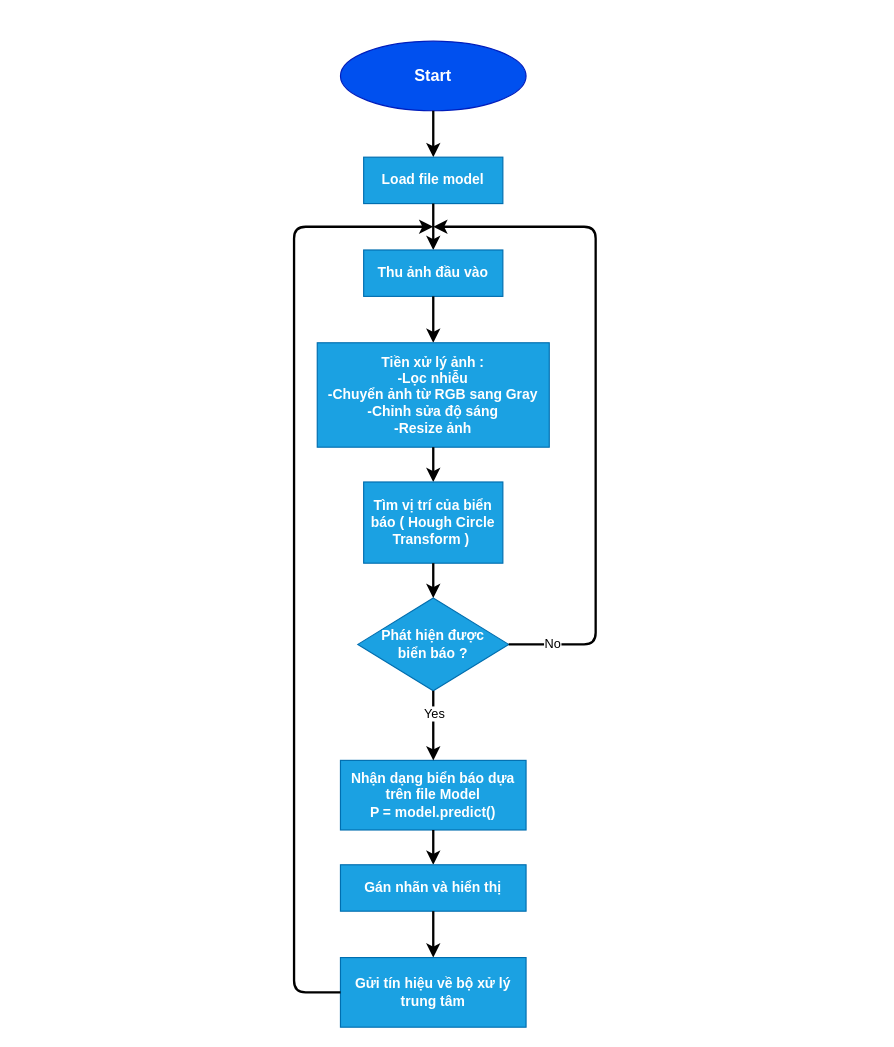
truongvanthinh/AutonomousCar keeps this draw.io diagram as page "Page-2" (2 of 2) of Untitled Diagram.drawio. Above is the earlier version. Source tidied: cells renumbered, new cells numbered last; positions are measured from the earlier drawing's top-left corner, leaving out a move shared by most shapes. Both pictures are drawn from the tidied source at 116%, with x=0, y=0 at pixel (293, 41).
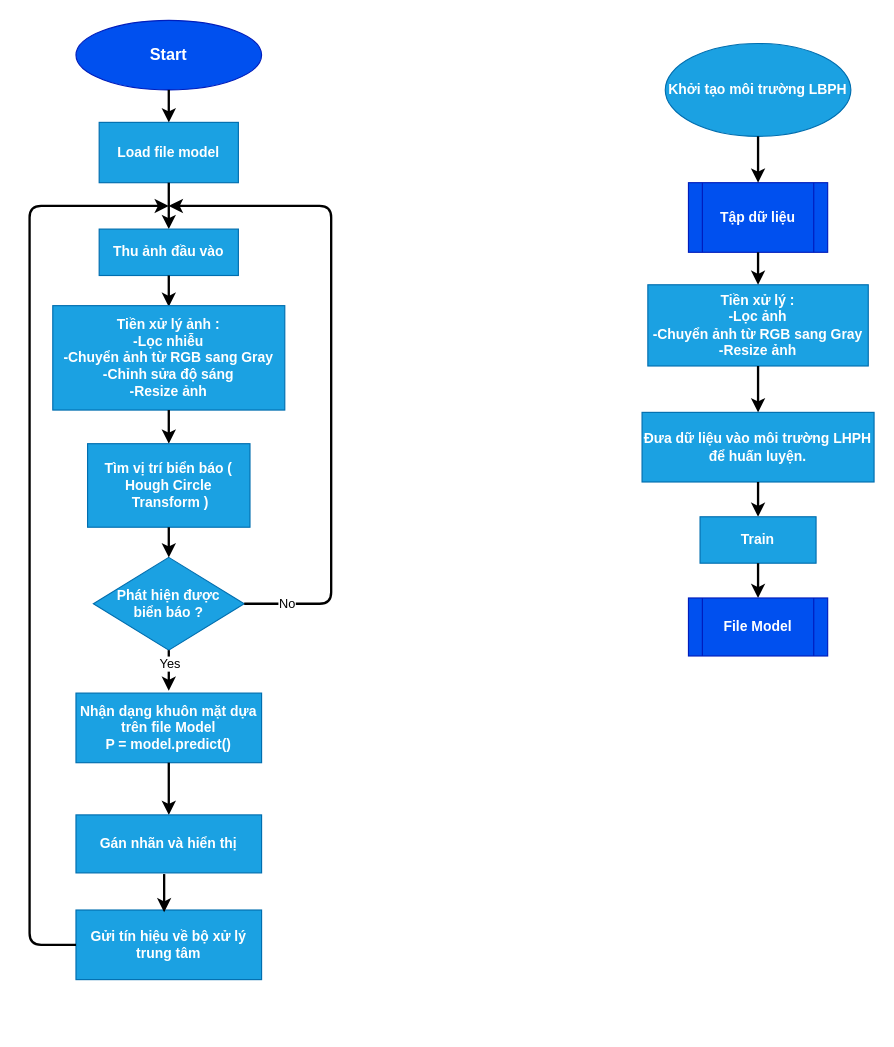
The same diagram, later.

Change to the diagram source:
```diff
@@
     <mxCell id="2" value="&lt;b style=&quot;font-size: 14px&quot;&gt;Start&lt;/b&gt;" style="ellipse;whiteSpace=wrap;html=1;fillColor=#0050ef;strokeColor=#001DBC;fontColor=#ffffff;" parent="1" vertex="1">
-      <mxGeometry x="40" width="160" height="60" as="geometry" />
+      <mxGeometry x="-188" y="-18" width="160" height="60" as="geometry" />
     </mxCell>
-    <mxCell id="3" style="endArrow=classic;html=1;exitX=0.5;exitY=1;exitDx=0;exitDy=0;strokeWidth=2;" parent="1" edge="1" source="2">
-      <mxGeometry relative="1" as="geometry">
-        <mxPoint x="120" y="100" as="targetPoint" />
-      </mxGeometry>
+    <mxCell id="3" style="endArrow=classic;html=1;exitX=0.5;exitY=1;exitDx=0;exitDy=0;strokeWidth=2;entryX=0.5;entryY=0;entryDx=0;entryDy=0;" parent="1" edge="1" source="2" target="4">
+      <mxGeometry relative="1" as="geometry" />
     </mxCell>
     <mxCell id="4" value="&lt;b&gt;&lt;font style=&quot;font-size: 12px&quot;&gt;Load file model&lt;/font&gt;&lt;/b&gt;" style="rounded=0;whiteSpace=wrap;html=1;fillColor=#1ba1e2;strokeColor=#006EAF;fontColor=#ffffff;" parent="1" vertex="1">
-      <mxGeometry x="60" y="100" width="120" height="40" as="geometry" />
+      <mxGeometry x="-168" y="70" width="120" height="52" as="geometry" />
     </mxCell>
@@
     <mxCell id="6" value="&lt;font size=&quot;1&quot;&gt;&lt;b style=&quot;font-size: 12px&quot;&gt;Thu ảnh đầu vào&lt;/b&gt;&lt;/font&gt;" style="rounded=0;whiteSpace=wrap;html=1;fillColor=#1ba1e2;strokeColor=#006EAF;fontColor=#ffffff;" parent="1" vertex="1">
-      <mxGeometry x="60" y="180" width="120" height="40" as="geometry" />
+      <mxGeometry x="-168" y="162" width="120" height="40" as="geometry" />
     </mxCell>
     <mxCell id="7" style="endArrow=classic;html=1;exitX=0.5;exitY=1;exitDx=0;exitDy=0;strokeWidth=2;" parent="1" edge="1" source="6">
       <mxGeometry relative="1" as="geometry">
-        <mxPoint x="120" y="260" as="targetPoint" />
+        <mxPoint x="-108" y="229" as="targetPoint" />
       </mxGeometry>
     </mxCell>
     <mxCell id="8" value="&lt;font style=&quot;font-size: 12px&quot;&gt;&lt;b&gt;Tiền xử lý ảnh :&lt;br&gt;-Lọc nhiễu&lt;br&gt;-Chuyển ảnh từ RGB sang Gray&lt;br&gt;-Chỉnh sửa độ sáng&lt;br&gt;-Resize ảnh&lt;br&gt;&lt;/b&gt;&lt;/font&gt;" style="rounded=0;whiteSpace=wrap;html=1;fillColor=#1ba1e2;strokeColor=#006EAF;fontColor=#ffffff;" parent="1" vertex="1">
-      <mxGeometry x="20" y="260" width="200" height="90" as="geometry" />
+      <mxGeometry x="-208" y="228" width="200" height="90" as="geometry" />
     </mxCell>
     <mxCell id="9" style="endArrow=classic;html=1;exitX=0.5;exitY=1;exitDx=0;exitDy=0;strokeWidth=2;" parent="1" edge="1" source="8">
       <mxGeometry relative="1" as="geometry">
-        <mxPoint x="120" y="380" as="targetPoint" />
+        <mxPoint x="-108" y="347" as="targetPoint" />
       </mxGeometry>
     </mxCell>
-    <mxCell id="10" value="&lt;b&gt;Tìm vị trí của biển báo ( Hough Circle Transform )&amp;nbsp;&lt;/b&gt;" style="rounded=0;whiteSpace=wrap;html=1;fillColor=#1ba1e2;strokeColor=#006EAF;fontColor=#ffffff;" parent="1" vertex="1">
-      <mxGeometry x="60" y="380" width="120" height="70" as="geometry" />
+    <mxCell id="10" value="&lt;b&gt;Tìm vị trí biển báo ( Hough Circle&lt;br&gt;&amp;nbsp;Transform )&lt;/b&gt;" style="rounded=0;whiteSpace=wrap;html=1;fillColor=#1ba1e2;strokeColor=#006EAF;fontColor=#ffffff;" parent="1" vertex="1">
+      <mxGeometry x="-178" y="347" width="140" height="72" as="geometry" />
     </mxCell>
     <mxCell id="11" value="&lt;b&gt;Phát hiện được &lt;br&gt;biển báo ?&lt;/b&gt;" style="rhombus;whiteSpace=wrap;html=1;fillColor=#1ba1e2;strokeColor=#006EAF;fontColor=#ffffff;" parent="1" vertex="1">
-      <mxGeometry x="55" y="480" width="130" height="80" as="geometry" />
+      <mxGeometry x="-173" y="445" width="130" height="80" as="geometry" />
     </mxCell>
@@
     <mxCell id="13" style="edgeStyle=elbowEdgeStyle;elbow=horizontal;endArrow=classic;html=1;exitX=1;exitY=0.5;exitDx=0;exitDy=0;strokeWidth=2;" parent="1" edge="1" source="11">
       <mxGeometry relative="1" as="geometry">
-        <mxPoint x="120" y="160" as="targetPoint" />
+        <mxPoint x="-108" y="142" as="targetPoint" />
         <Array as="points">
-          <mxPoint x="260" y="200" />
-          <mxPoint x="260" y="470" />
+          <mxPoint x="32" y="182" />
+          <mxPoint x="32" y="452" />
         </Array>
       </mxGeometry>
     </mxCell>
@@
-    <mxCell id="15" value="&lt;b&gt;Nhận dạng biển báo dựa trên file Model&lt;br&gt;P = model.predict()&lt;br&gt;&lt;/b&gt;" style="rounded=0;whiteSpace=wrap;html=1;fillColor=#1ba1e2;strokeColor=#006EAF;fontColor=#ffffff;strokeWidth=1;" parent="1" vertex="1">
-      <mxGeometry x="40" y="620" width="160" height="60" as="geometry" />
+    <mxCell id="15" value="&lt;b&gt;Nhận dạng khuôn mặt dựa trên file Model&lt;br&gt;P = model.predict()&lt;br&gt;&lt;/b&gt;" style="rounded=0;whiteSpace=wrap;html=1;fillColor=#1ba1e2;strokeColor=#006EAF;fontColor=#ffffff;strokeWidth=1;" parent="1" vertex="1">
+      <mxGeometry x="-188" y="562" width="160" height="60" as="geometry" />
     </mxCell>
-    <mxCell id="16" style="endArrow=classic;html=1;strokeWidth=2;exitX=0.5;exitY=1;exitDx=0;exitDy=0;entryX=0.5;entryY=0;entryDx=0;entryDy=0;" parent="1" edge="1" source="11" target="15">
-      <mxGeometry relative="1" as="geometry" />
+    <mxCell id="16" style="endArrow=classic;html=1;strokeWidth=2;exitX=0.5;exitY=1;exitDx=0;exitDy=0;" parent="1" edge="1" source="11">
+      <mxGeometry relative="1" as="geometry">
+        <mxPoint x="-108" y="560" as="targetPoint" />
+      </mxGeometry>
     </mxCell>
@@
     <mxCell id="18" style="endArrow=classic;html=1;strokeWidth=2;exitX=0.5;exitY=1;exitDx=0;exitDy=0;" parent="1" edge="1" source="15">
       <mxGeometry relative="1" as="geometry">
-        <mxPoint x="120" y="710" as="targetPoint" />
+        <mxPoint x="-108" y="667" as="targetPoint" />
       </mxGeometry>
     </mxCell>
     <mxCell id="19" value="&lt;b&gt;Gán nhãn và hiển thị&lt;/b&gt;" style="rounded=0;whiteSpace=wrap;html=1;strokeWidth=1;fillColor=#1ba1e2;strokeColor=#006EAF;fontColor=#ffffff;" parent="1" vertex="1">
-      <mxGeometry x="40" y="710" width="160" height="40" as="geometry" />
+      <mxGeometry x="-188" y="667" width="160" height="50" as="geometry" />
     </mxCell>
-    <mxCell id="20" style="endArrow=classic;html=1;strokeWidth=2;exitX=0.5;exitY=1;exitDx=0;exitDy=0;" parent="1" edge="1" source="19">
-      <mxGeometry relative="1" as="geometry">
-        <mxPoint x="120" y="790" as="targetPoint" />
-      </mxGeometry>
-    </mxCell>
     <mxCell id="21" value="&lt;b&gt;Gửi tín hiệu về bộ xử lý trung tâm&lt;/b&gt;" style="rounded=0;whiteSpace=wrap;html=1;strokeWidth=1;fillColor=#1ba1e2;strokeColor=#006EAF;fontColor=#ffffff;" parent="1" vertex="1">
-      <mxGeometry x="40" y="790" width="160" height="60" as="geometry" />
+      <mxGeometry x="-188" y="749" width="160" height="60" as="geometry" />
     </mxCell>
     <mxCell id="22" style="edgeStyle=elbowEdgeStyle;elbow=horizontal;endArrow=classic;html=1;strokeWidth=2;exitX=0;exitY=0.5;exitDx=0;exitDy=0;" parent="1" edge="1" source="21">
       <mxGeometry relative="1" as="geometry">
-        <mxPoint x="120" y="160" as="targetPoint" />
+        <mxPoint x="-108" y="142" as="targetPoint" />
         <Array as="points">
-          <mxPoint y="800" />
+          <mxPoint x="-228" y="782" />
         </Array>
       </mxGeometry>
     </mxCell>
+    <mxCell id="23" value="&lt;b&gt;Tập dữ liệu&lt;/b&gt;" style="shape=process;whiteSpace=wrap;html=1;backgroundOutline=1;strokeWidth=1;fillColor=#0050ef;strokeColor=#001DBC;fontColor=#ffffff;" parent="1" vertex="1">
+      <mxGeometry x="340" y="122" width="120" height="60" as="geometry" />
+    </mxCell>
+    <mxCell id="24" value="&lt;b&gt;Tiền xử lý :&lt;br&gt;-Lọc ảnh&lt;br&gt;-Chuyển ảnh từ RGB sang Gray&lt;br&gt;-Resize ảnh&lt;br&gt;&lt;/b&gt;" style="rounded=0;whiteSpace=wrap;html=1;strokeWidth=1;fillColor=#1ba1e2;strokeColor=#006EAF;fontColor=#ffffff;" parent="1" vertex="1">
+      <mxGeometry x="305" y="210" width="190" height="70" as="geometry" />
+    </mxCell>
+    <mxCell id="25" style="endArrow=classic;html=1;strokeWidth=2;" parent="1" edge="1" source="23">
+      <mxGeometry relative="1" as="geometry">
+        <mxPoint x="400" y="210" as="targetPoint" />
+        <Array as="points">
+          <mxPoint x="400" y="210" />
+        </Array>
+      </mxGeometry>
+    </mxCell>
+    <mxCell id="26" style="endArrow=classic;html=1;strokeWidth=2;exitX=0.5;exitY=1;exitDx=0;exitDy=0;" parent="1" edge="1" source="24">
+      <mxGeometry relative="1" as="geometry">
+        <mxPoint x="400" y="320" as="targetPoint" />
+      </mxGeometry>
+    </mxCell>
+    <mxCell id="27" value="&lt;b&gt;Đưa dữ liệu vào môi trường LHPH để huấn luyện.&lt;br&gt;&lt;/b&gt;" style="rounded=0;whiteSpace=wrap;html=1;strokeWidth=1;fillColor=#1ba1e2;strokeColor=#006EAF;fontColor=#ffffff;" parent="1" vertex="1">
+      <mxGeometry x="300" y="320" width="200" height="60" as="geometry" />
+    </mxCell>
+    <mxCell id="28" value="&lt;b&gt;Khởi tạo môi trường LBPH&lt;/b&gt;" style="ellipse;whiteSpace=wrap;html=1;strokeWidth=1;fillColor=#1ba1e2;strokeColor=#006EAF;fontColor=#ffffff;" parent="1" vertex="1">
+      <mxGeometry x="320" y="2" width="160" height="80" as="geometry" />
+    </mxCell>
+    <mxCell id="29" style="endArrow=classic;html=1;strokeWidth=2;entryX=0.5;entryY=0;entryDx=0;entryDy=0;exitX=0.5;exitY=1;exitDx=0;exitDy=0;" parent="1" edge="1" source="28" target="23">
+      <mxGeometry relative="1" as="geometry" />
+    </mxCell>
+    <mxCell id="30" style="endArrow=classic;html=1;strokeWidth=2;exitX=0.5;exitY=1;exitDx=0;exitDy=0;" parent="1" edge="1" source="27">
+      <mxGeometry relative="1" as="geometry">
+        <mxPoint x="400" y="410" as="targetPoint" />
+      </mxGeometry>
+    </mxCell>
+    <mxCell id="31" value="&lt;b&gt;Train&lt;/b&gt;" style="rounded=0;whiteSpace=wrap;html=1;strokeWidth=1;fillColor=#1ba1e2;strokeColor=#006EAF;fontColor=#ffffff;" parent="1" vertex="1">
+      <mxGeometry x="350" y="410" width="100" height="40" as="geometry" />
+    </mxCell>
+    <mxCell id="32" style="endArrow=classic;html=1;strokeWidth=2;exitX=0.5;exitY=1;exitDx=0;exitDy=0;" parent="1" edge="1" source="31">
+      <mxGeometry relative="1" as="geometry">
+        <mxPoint x="400" y="480" as="targetPoint" />
+      </mxGeometry>
+    </mxCell>
+    <mxCell id="33" value="&lt;b&gt;File Model&lt;/b&gt;" style="shape=process;whiteSpace=wrap;html=1;backgroundOutline=1;strokeWidth=1;fillColor=#0050ef;strokeColor=#001DBC;fontColor=#ffffff;" parent="1" vertex="1">
+      <mxGeometry x="340" y="480" width="120" height="50" as="geometry" />
+    </mxCell>
+    <mxCell id="34" style="endArrow=classic;html=1;strokeWidth=2;" parent="1" edge="1">
+      <mxGeometry relative="1" as="geometry">
+        <mxPoint x="-112" y="718" as="sourcePoint" />
+        <mxPoint x="-112" y="751" as="targetPoint" />
+        <Array as="points">
+          <mxPoint x="-112" y="737" />
+        </Array>
+      </mxGeometry>
+    </mxCell>
```
